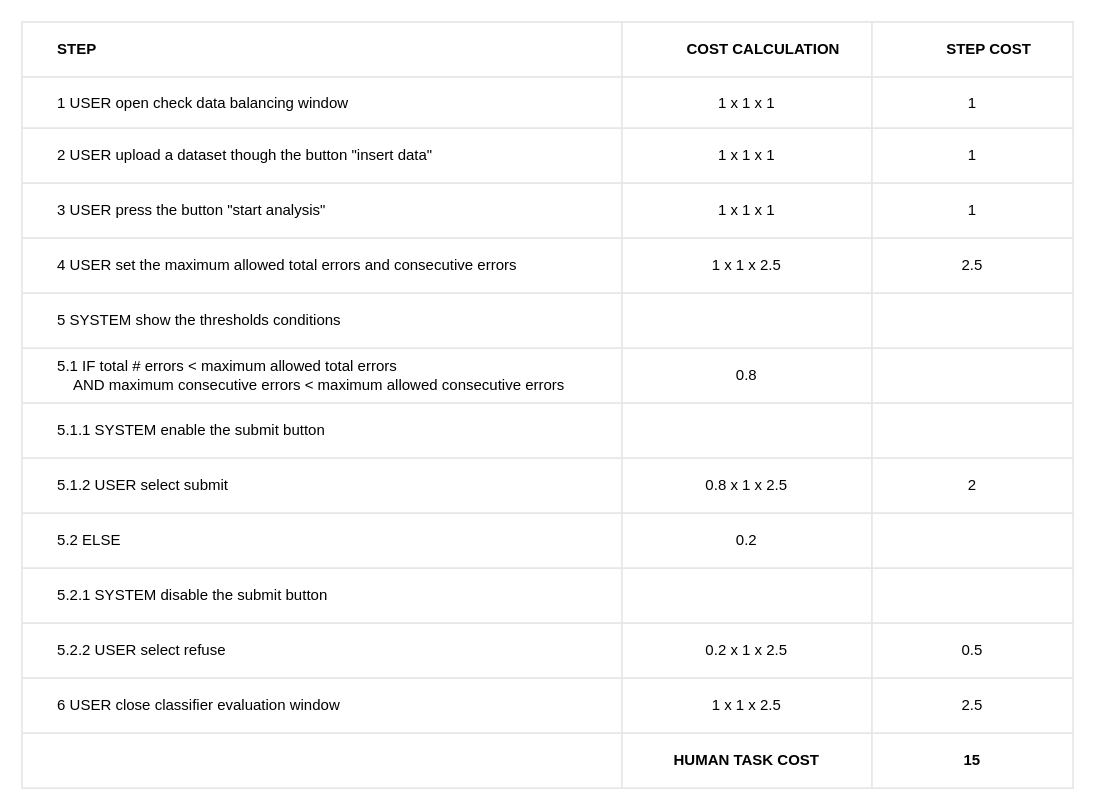
Before: check_data_balancing_table.drawio in BaffoBello14/AutomaticDamagesRecognition, a draw.io diagram. Source tidied: cells renumbered, new cells numbered last; positions are measured from the earlier drawing's top-left corner, leaving out a move shared by most shapes. Both pictures are drawn from the tidied source at 125%, with x=0, y=0 at pixel (21, 21).
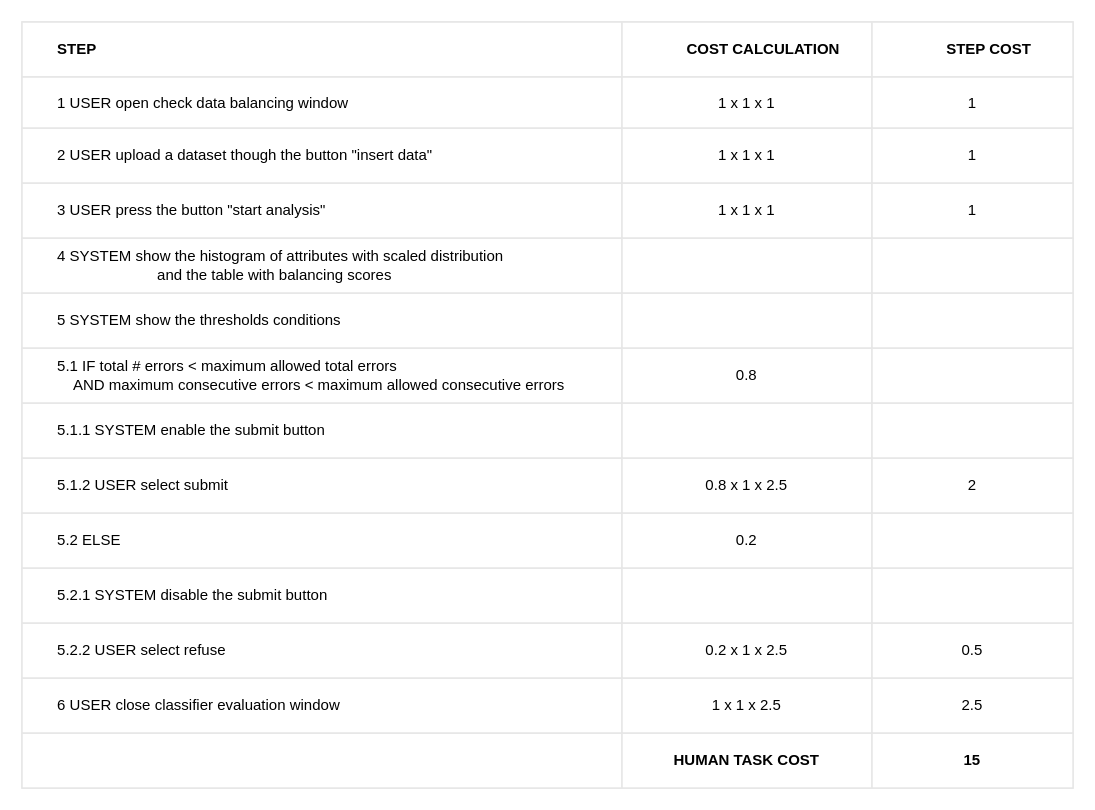
The same diagram, later.

The change refers to these unchanged cells:
```xml
<mxCell id="19" style="shape=tableRow;horizontal=0;startSize=0;swimlaneHead=0;swimlaneBody=0;top=0;left=0;bottom=0;right=0;fontStyle=0;fillColor=none;strokeColor=inherit;align=center;" parent="2" vertex="1">
  <mxGeometry y="173" width="841" height="44" as="geometry" />
</mxCell>
```

What changed in the source:
```diff
@@
-    <mxCell id="20" value="&lt;span style=&quot;white-space: pre;&quot;&gt;&#9;&lt;/span&gt;4 USER set the maximum allowed t&lt;span style=&quot;border-color: var(--border-color); background-color: initial;&quot;&gt;otal errors and&amp;nbsp;&lt;/span&gt;consecutive&amp;nbsp;errors" style="strokeColor=inherit;fillColor=none;align=left;whiteSpace=wrap;html=1;labelPosition=center;verticalLabelPosition=middle;verticalAlign=middle;" parent="19" vertex="1">
+    <mxCell id="20" value="&lt;span style=&quot;white-space: pre;&quot;&gt;&#9;&lt;/span&gt;4 SYSTEM show the histogram of attributes with scaled distribution &lt;br&gt;&lt;span style=&quot;white-space: pre;&quot;&gt;&#9;&lt;/span&gt;&lt;span style=&quot;white-space: pre;&quot;&gt;&#9;&lt;/span&gt;&lt;span style=&quot;white-space: pre;&quot;&gt;&#9;&lt;/span&gt;&lt;span style=&quot;white-space: pre;&quot;&gt;&#9;&lt;/span&gt;and the table with balancing scores" style="strokeColor=inherit;fillColor=none;align=left;whiteSpace=wrap;html=1;labelPosition=center;verticalLabelPosition=middle;verticalAlign=middle;" parent="19" vertex="1">
       <mxGeometry width="480" height="44" as="geometry" />
     </mxCell>
-    <mxCell id="21" value="1 x 1 x 2.5" style="strokeColor=inherit;fillColor=none;align=center;whiteSpace=wrap;html=1;" parent="19" vertex="1">
+    <mxCell id="21" style="strokeColor=inherit;fillColor=none;align=center;whiteSpace=wrap;html=1;" parent="19" vertex="1">
       <mxGeometry x="480" width="200" height="44" as="geometry" />
     </mxCell>
-    <mxCell id="22" value="2.5" style="strokeColor=inherit;fillColor=none;align=center;whiteSpace=wrap;html=1;" parent="19" vertex="1">
+    <mxCell id="22" style="strokeColor=inherit;fillColor=none;align=center;whiteSpace=wrap;html=1;" parent="19" vertex="1">
       <mxGeometry x="680" width="161" height="44" as="geometry" />
     </mxCell>
```
